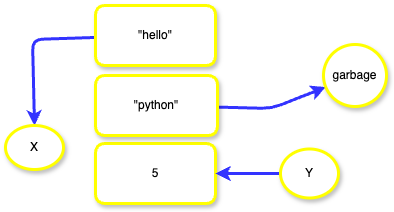
The draw.io diagram resources/images/garbage.png in monuBhagel/Basic_py, before a commit. Source tidied: cells renumbered, new cells last; positions are measured from the earlier drawing's top-left corner, leaving out a move shared by most shapes.
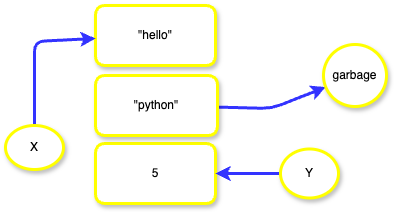
After the change.

Diff of the diagram source:
```diff
@@ -8,13 +8,6 @@
     <mxCell id="3" style="edgeStyle=none;html=1;strokeWidth=3;strokeColor=#3333FF;" parent="1" edge="1" source="9" target="2">
       <mxGeometry relative="1" as="geometry" />
     </mxCell>
-    <mxCell id="4" style="edgeStyle=none;html=1;entryX=0.5;entryY=0;entryDx=0;entryDy=0;strokeWidth=3;strokeColor=#3333FF;" parent="1" edge="1" source="5" target="8">
-      <mxGeometry relative="1" as="geometry">
-        <Array as="points">
-          <mxPoint x="27" y="34" />
-        </Array>
-      </mxGeometry>
-    </mxCell>
     <mxCell id="5" value="&quot;hello&quot;" style="rounded=1;whiteSpace=wrap;html=1;gradientColor=none;strokeColor=#FFFF00;strokeWidth=3;shadow=1;" parent="1" vertex="1">
       <mxGeometry x="90" width="120" height="60" as="geometry" />
     </mxCell>
@@ -28,6 +21,13 @@
     <mxCell id="7" value="&quot;python&quot;" style="rounded=1;whiteSpace=wrap;html=1;gradientColor=none;strokeColor=#FFFF00;strokeWidth=3;shadow=1;" parent="1" vertex="1">
       <mxGeometry x="90" y="70" width="122" height="60" as="geometry" />
     </mxCell>
+    <mxCell id="11" style="edgeStyle=none;html=1;strokeWidth=3;strokeColor=#3333FF;" parent="1" edge="1" source="8" target="5">
+      <mxGeometry relative="1" as="geometry">
+        <Array as="points">
+          <mxPoint x="29" y="36" />
+        </Array>
+      </mxGeometry>
+    </mxCell>
     <mxCell id="8" value="X" style="ellipse;whiteSpace=wrap;html=1;gradientColor=none;strokeColor=#FFFF00;strokeWidth=3;shadow=1;" parent="1" vertex="1">
       <mxGeometry y="120" width="58" height="44" as="geometry" />
     </mxCell>
```
